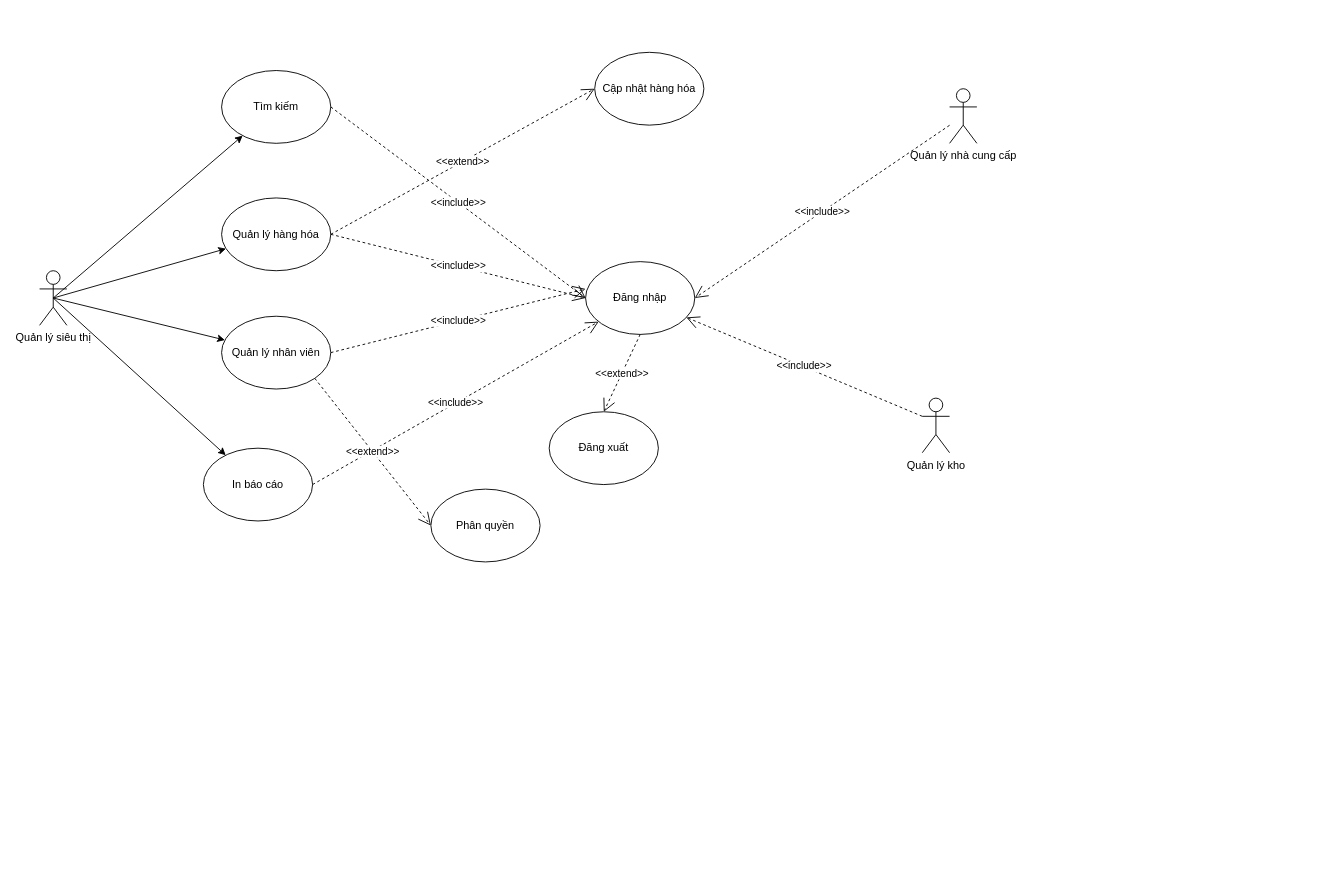
Above: SoDoUsecase_QuanLyThongTinSieuThi.drawio in LujustinaN/Thuc_Hanh.HeThongCongNgheWeb (draw.io), before the change. Source tidied: cells renumbered, new cells numbered last; positions are measured from the earlier drawing's top-left corner, leaving out a move shared by most shapes. Both pictures are drawn from the tidied source at 91%, with x=0, y=0 at pixel (39, 52).
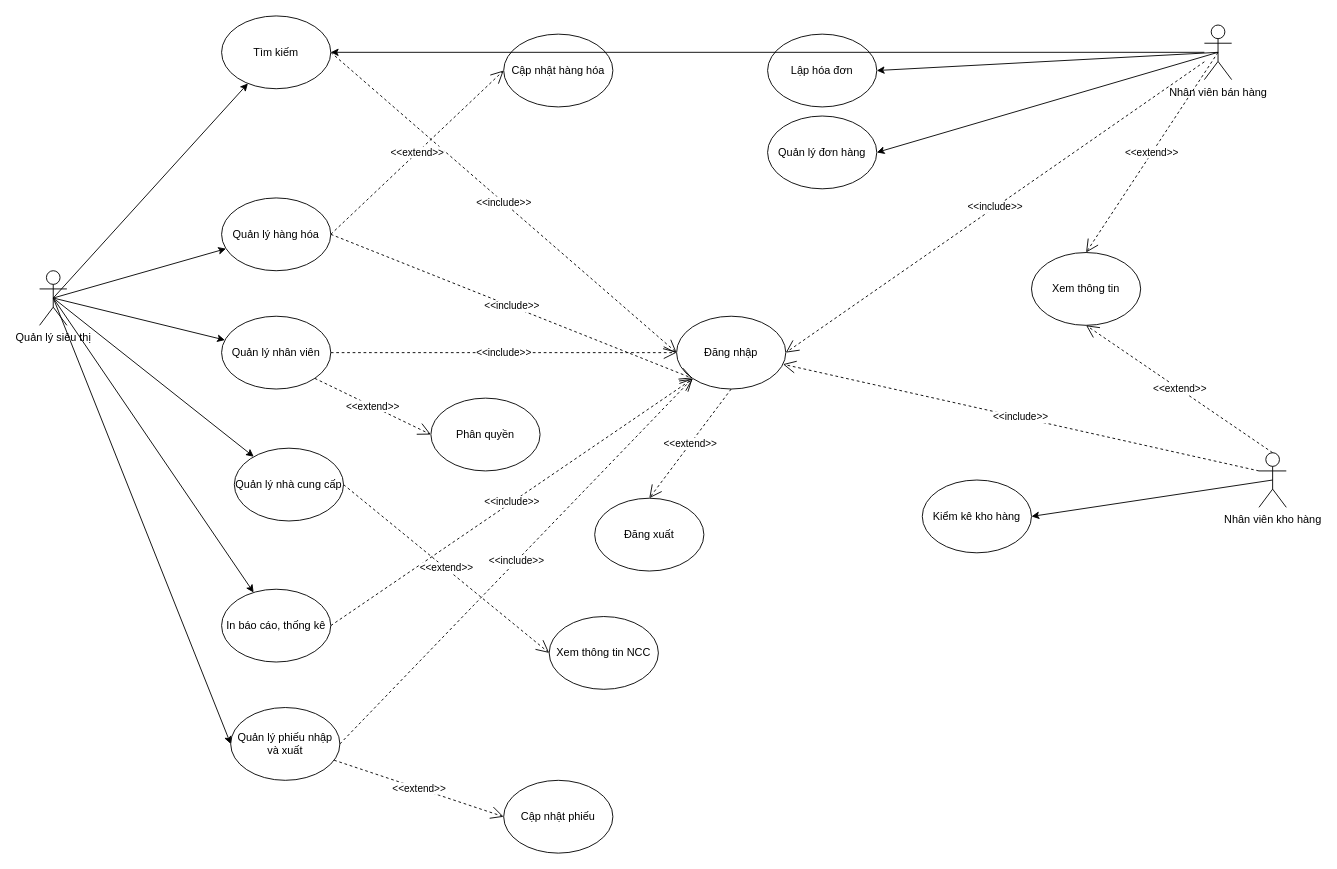
The same page after the edit.

Commit message (it also covers changes not shown here):
Cập nhật SoDoUsecase_QuanLyThongTinSieuThi.drawio

Unchanged cells that the change refers to:
```xml
<mxCell id="4" value="Quản lý siêu thị" style="shape=umlActor;verticalLabelPosition=bottom;verticalAlign=top;html=1;outlineConnect=0;" parent="1" vertex="1">
  <mxGeometry y="240" width="30" height="60" as="geometry" />
</mxCell>
<mxCell id="8" value="Quản lý hàng hóa" style="ellipse;whiteSpace=wrap;html=1;" parent="1" vertex="1">
  <mxGeometry x="200" y="160" width="120" height="80" as="geometry" />
</mxCell>
<mxCell id="10" value="Quản lý nhân viên" style="ellipse;whiteSpace=wrap;html=1;" parent="1" vertex="1">
  <mxGeometry x="200" y="290" width="120" height="80" as="geometry" />
</mxCell>
```

Diff of the diagram source:
```diff
@@
-    <mxCell id="5" value="Quản lý nhà cung cấp" style="shape=umlActor;verticalLabelPosition=bottom;verticalAlign=top;html=1;outlineConnect=0;" parent="1" vertex="1">
-      <mxGeometry x="1000" y="40" width="30" height="60" as="geometry" />
-    </mxCell>
-    <mxCell id="6" value="Quản lý kho" style="shape=umlActor;verticalLabelPosition=bottom;verticalAlign=top;html=1;outlineConnect=0;" parent="1" vertex="1">
-      <mxGeometry x="970" y="380" width="30" height="60" as="geometry" />
+    <mxCell id="6" value="Nhân viên kho hàng" style="shape=umlActor;verticalLabelPosition=bottom;verticalAlign=top;html=1;outlineConnect=0;" parent="1" vertex="1">
+      <mxGeometry x="1340" y="440" width="30" height="60" as="geometry" />
     </mxCell>
     <mxCell id="7" value="Tìm kiếm" style="ellipse;whiteSpace=wrap;html=1;" parent="1" vertex="1">
-      <mxGeometry x="200" y="20" width="120" height="80" as="geometry" />
+      <mxGeometry x="200" y="-40" width="120" height="80" as="geometry" />
     </mxCell>
@@
-    <mxCell id="12" value="In báo cáo" style="ellipse;whiteSpace=wrap;html=1;" parent="1" vertex="1">
-      <mxGeometry x="180" y="435" width="120" height="80" as="geometry" />
+    <mxCell id="12" value="In báo cáo, thống kê" style="ellipse;whiteSpace=wrap;html=1;" parent="1" vertex="1">
+      <mxGeometry x="200" y="590" width="120" height="80" as="geometry" />
     </mxCell>
     <mxCell id="13" value="Đăng nhập" style="ellipse;whiteSpace=wrap;html=1;" parent="1" vertex="1">
-      <mxGeometry x="600" y="230" width="120" height="80" as="geometry" />
+      <mxGeometry x="700" y="290" width="120" height="80" as="geometry" />
     </mxCell>
     <mxCell id="14" value="Đăng xuất" style="ellipse;whiteSpace=wrap;html=1;" parent="1" vertex="1">
-      <mxGeometry x="560" y="395" width="120" height="80" as="geometry" />
+      <mxGeometry x="610" y="490" width="120" height="80" as="geometry" />
     </mxCell>
@@
-    <mxCell id="16" value="&amp;lt;&amp;lt;include&amp;gt;&amp;gt;" style="endArrow=open;endSize=12;dashed=1;html=1;rounded=0;shadow=0;exitX=1;exitY=0.5;exitDx=0;exitDy=0;entryX=0;entryY=0.5;entryDx=0;entryDy=0;" parent="1" edge="1" source="8" target="13">
+    <mxCell id="16" value="&amp;lt;&amp;lt;include&amp;gt;&amp;gt;" style="endArrow=open;endSize=12;dashed=1;html=1;rounded=0;shadow=0;exitX=1;exitY=0.5;exitDx=0;exitDy=0;entryX=0;entryY=1;entryDx=0;entryDy=0;" parent="1" edge="1" source="8" target="13">
       <mxGeometry relative="1" as="geometry" />
     </mxCell>
@@
-    <mxCell id="18" value="&amp;lt;&amp;lt;include&amp;gt;&amp;gt;" style="endArrow=open;endSize=12;dashed=1;html=1;rounded=0;shadow=0;exitX=1;exitY=0.5;exitDx=0;exitDy=0;entryX=0;entryY=0.375;entryDx=0;entryDy=0;entryPerimeter=0;" parent="1" edge="1" source="10" target="13">
+    <mxCell id="18" value="&amp;lt;&amp;lt;include&amp;gt;&amp;gt;" style="endArrow=open;endSize=12;dashed=1;html=1;rounded=0;shadow=0;exitX=1;exitY=0.5;exitDx=0;exitDy=0;" parent="1" edge="1" source="10" target="13">
       <mxGeometry relative="1" as="geometry" />
     </mxCell>
@@
     <mxCell id="20" value="Phân quyền" style="ellipse;whiteSpace=wrap;html=1;" parent="1" vertex="1">
-      <mxGeometry x="430" y="480" width="120" height="80" as="geometry" />
+      <mxGeometry x="430" y="380" width="120" height="80" as="geometry" />
     </mxCell>
@@
     <mxCell id="22" value="Cập nhật hàng hóa" style="ellipse;whiteSpace=wrap;html=1;" parent="1" vertex="1">
-      <mxGeometry x="610" width="120" height="80" as="geometry" />
+      <mxGeometry x="510" y="-20" width="120" height="80" as="geometry" />
     </mxCell>
@@
+    <mxCell id="26" value="Kiểm kê kho hàng" style="ellipse;whiteSpace=wrap;html=1;" parent="1" vertex="1">
+      <mxGeometry x="970" y="470" width="120" height="80" as="geometry" />
+    </mxCell>
+    <mxCell id="27" style="rounded=0;jettySize=auto;html=1;entryX=1;entryY=0.5;entryDx=0;entryDy=0;exitX=0.5;exitY=0.5;exitDx=0;exitDy=0;exitPerimeter=0;" parent="1" edge="1" source="6" target="26">
+      <mxGeometry relative="1" as="geometry" />
+    </mxCell>
+    <mxCell id="28" value="Nhân viên bán hàng" style="shape=umlActor;verticalLabelPosition=bottom;verticalAlign=top;html=1;outlineConnect=0;" parent="1" vertex="1">
+      <mxGeometry x="1280" y="-30" width="30" height="60" as="geometry" />
+    </mxCell>
-    <mxCell id="25" value="&amp;lt;&amp;lt;include&amp;gt;&amp;gt;" style="endArrow=open;endSize=12;dashed=1;html=1;rounded=0;shadow=0;entryX=1;entryY=0.5;entryDx=0;entryDy=0;" parent="1" edge="1" source="5" target="13">
+    <mxCell id="25" value="&amp;lt;&amp;lt;include&amp;gt;&amp;gt;" style="endArrow=open;endSize=12;dashed=1;html=1;rounded=0;shadow=0;entryX=1;entryY=0.5;entryDx=0;entryDy=0;" parent="1" edge="1" source="28" target="13">
       <mxGeometry relative="1" as="geometry" />
     </mxCell>
+    <mxCell id="29" value="Xem thông tin" style="ellipse;whiteSpace=wrap;html=1;" parent="1" vertex="1">
+      <mxGeometry x="1090" y="220" width="120" height="80" as="geometry" />
+    </mxCell>
+    <mxCell id="30" value="&amp;lt;&amp;lt;extend&amp;gt;&amp;gt;" style="endArrow=open;endSize=12;dashed=1;html=1;rounded=0;shadow=0;entryX=0.5;entryY=0;entryDx=0;entryDy=0;exitX=0.5;exitY=0.5;exitDx=0;exitDy=0;exitPerimeter=0;" parent="1" edge="1" source="28" target="29">
+      <mxGeometry relative="1" as="geometry" />
+    </mxCell>
+    <mxCell id="31" value="Quản lý đơn hàng" style="ellipse;whiteSpace=wrap;html=1;" parent="1" vertex="1">
+      <mxGeometry x="800" y="70" width="120" height="80" as="geometry" />
+    </mxCell>
+    <mxCell id="32" style="rounded=0;jettySize=auto;html=1;entryX=1;entryY=0.5;entryDx=0;entryDy=0;exitX=0.5;exitY=0.5;exitDx=0;exitDy=0;exitPerimeter=0;" parent="1" edge="1" source="28" target="31">
+      <mxGeometry relative="1" as="geometry" />
+    </mxCell>
+    <mxCell id="33" value="Lập hóa đơn" style="ellipse;whiteSpace=wrap;html=1;" parent="1" vertex="1">
+      <mxGeometry x="800" y="-20" width="120" height="80" as="geometry" />
+    </mxCell>
+    <mxCell id="34" style="rounded=0;jettySize=auto;html=1;entryX=1;entryY=0.5;entryDx=0;entryDy=0;exitX=0.5;exitY=0.5;exitDx=0;exitDy=0;exitPerimeter=0;" parent="1" edge="1" source="28" target="33">
+      <mxGeometry relative="1" as="geometry" />
+    </mxCell>
+    <mxCell id="35" style="rounded=0;jettySize=auto;html=1;exitX=0.5;exitY=0.5;exitDx=0;exitDy=0;exitPerimeter=0;" parent="1" edge="1" source="4" target="5">
+      <mxGeometry relative="1" as="geometry" />
+    </mxCell>
+    <mxCell id="5" value="Quản lý nhà cung cấp" style="ellipse;whiteSpace=wrap;html=1;" parent="1" vertex="1">
+      <mxGeometry x="214" y="435" width="120" height="80" as="geometry" />
+    </mxCell>
+    <mxCell id="36" value="&amp;lt;&amp;lt;extend&amp;gt;&amp;gt;" style="endArrow=open;endSize=12;dashed=1;html=1;rounded=0;shadow=0;entryX=0.5;entryY=1;entryDx=0;entryDy=0;exitX=0.5;exitY=0;exitDx=0;exitDy=0;exitPerimeter=0;" parent="1" edge="1" source="6" target="29">
+      <mxGeometry relative="1" as="geometry" />
+    </mxCell>
+    <mxCell id="37" style="rounded=0;jettySize=auto;html=1;entryX=1;entryY=0.5;entryDx=0;entryDy=0;" parent="1" edge="1" source="28" target="7">
+      <mxGeometry relative="1" as="geometry" />
+    </mxCell>
+    <mxCell id="38" value="Xem thông tin NCC" style="ellipse;whiteSpace=wrap;html=1;" parent="1" vertex="1">
+      <mxGeometry x="560" y="620" width="120" height="80" as="geometry" />
+    </mxCell>
+    <mxCell id="39" value="&amp;lt;&amp;lt;extend&amp;gt;&amp;gt;" style="endArrow=open;endSize=12;dashed=1;html=1;rounded=0;shadow=0;exitX=1;exitY=0.5;exitDx=0;exitDy=0;entryX=0;entryY=0.5;entryDx=0;entryDy=0;" parent="1" edge="1" source="5" target="38">
+      <mxGeometry relative="1" as="geometry" />
+    </mxCell>
+    <mxCell id="40" value="Quản lý phiếu nhập và xuất" style="ellipse;whiteSpace=wrap;html=1;" parent="1" vertex="1">
+      <mxGeometry x="210" y="720" width="120" height="80" as="geometry" />
+    </mxCell>
+    <mxCell id="41" value="Cập nhật phiếu" style="ellipse;whiteSpace=wrap;html=1;" parent="1" vertex="1">
+      <mxGeometry x="510" y="800" width="120" height="80" as="geometry" />
+    </mxCell>
+    <mxCell id="42" value="&amp;lt;&amp;lt;extend&amp;gt;&amp;gt;" style="endArrow=open;endSize=12;dashed=1;html=1;rounded=0;shadow=0;entryX=0;entryY=0.5;entryDx=0;entryDy=0;" parent="1" edge="1" source="40" target="41">
+      <mxGeometry relative="1" as="geometry" />
+    </mxCell>
+    <mxCell id="43" style="rounded=0;jettySize=auto;html=1;exitX=0.5;exitY=0.5;exitDx=0;exitDy=0;exitPerimeter=0;entryX=0;entryY=0.5;entryDx=0;entryDy=0;" parent="1" edge="1" source="4" target="40">
+      <mxGeometry relative="1" as="geometry" />
+    </mxCell>
+    <mxCell id="44" value="&amp;lt;&amp;lt;include&amp;gt;&amp;gt;" style="endArrow=open;endSize=12;dashed=1;html=1;rounded=0;shadow=0;exitX=1;exitY=0.5;exitDx=0;exitDy=0;entryX=0;entryY=1;entryDx=0;entryDy=0;" parent="1" edge="1" source="40" target="13">
+      <mxGeometry relative="1" as="geometry" />
+    </mxCell>
```
